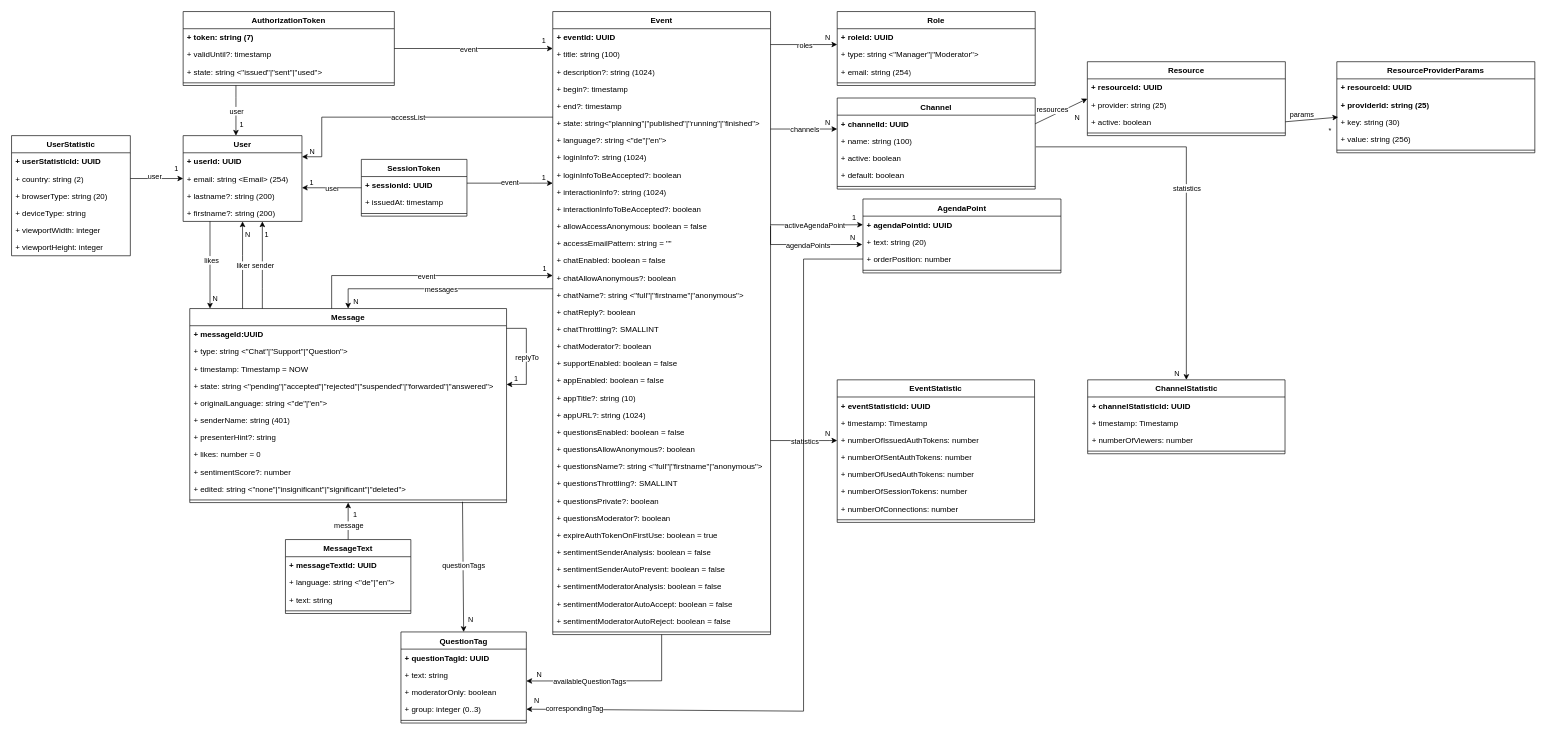
The draw.io diagram page "Page-1" (1 of 2) of doc/2-specification-datamodel.drawio in rse/broadcast, before the edit. Source tidied: cells renumbered, new cells numbered last; positions are measured from the earlier drawing's top-left corner, leaving out a move shared by most shapes. Both pictures are drawn from the tidied source at 66%, with x=0, y=0 at pixel (11, 11).
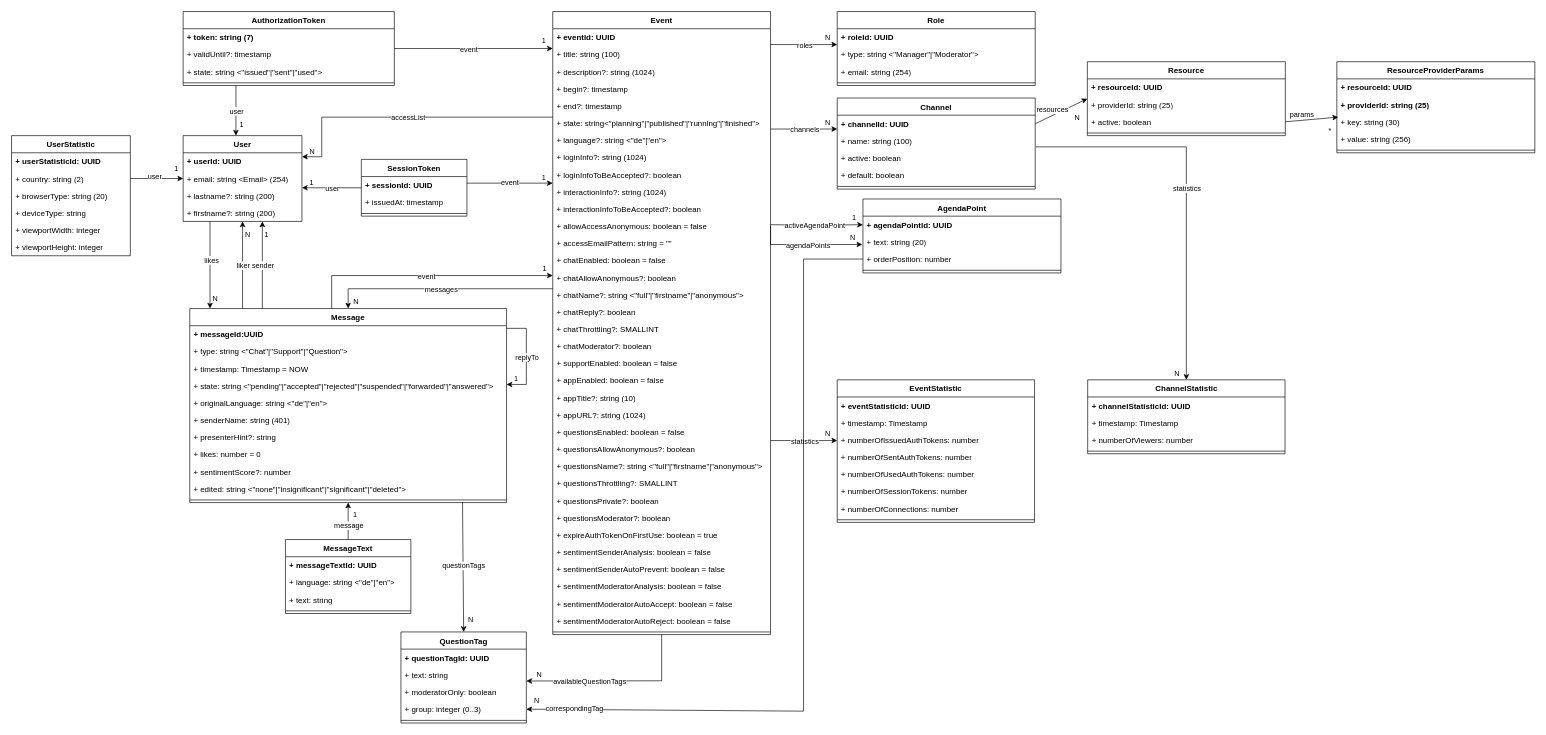
The same diagram, later.

Commit message (it also covers changes not shown here):
flush pending changes of today

The change refers to these unchanged cells:
```xml
<mxCell id="154" value="Resource" style="swimlane;fontStyle=1;align=center;verticalAlign=top;horizontal=1;startSize=26;whiteSpace=wrap;html=1;" parent="1" vertex="1">
  <mxGeometry x="1630" y="76" width="300" height="112" as="geometry" />
</mxCell>
```

Diff of the diagram source:
```diff
@@
-    <mxCell id="156" value="&lt;span&gt;+ provider: string (25)&lt;/span&gt;" style="text;strokeColor=none;fillColor=none;align=left;verticalAlign=top;spacingLeft=4;spacingRight=4;overflow=hidden;whiteSpace=wrap;html=1;fontStyle=0;" parent="154" vertex="1">
+    <mxCell id="156" value="&lt;span&gt;+ providerId: string (25)&lt;/span&gt;" style="text;strokeColor=none;fillColor=none;align=left;verticalAlign=top;spacingLeft=4;spacingRight=4;overflow=hidden;whiteSpace=wrap;html=1;fontStyle=0;" parent="154" vertex="1">
       <mxGeometry y="52" width="300" height="26" as="geometry" />
     </mxCell>
```
